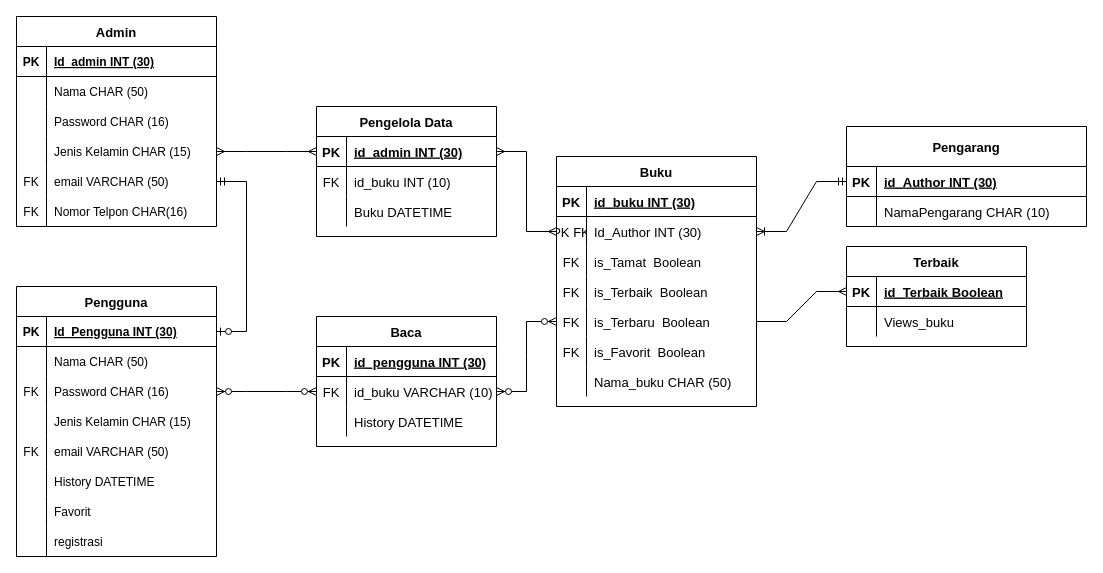
The draw.io diagram Pertemuan5/pertemuan5-erd.drawio in Nurrohman10/IF214002-2, before the edit. Source tidied: cells renumbered, new cells numbered last; positions are measured from the earlier drawing's top-left corner, leaving out a move shared by most shapes. Both pictures are drawn from the tidied source at 100%, with x=0, y=0 at pixel (16, 16).
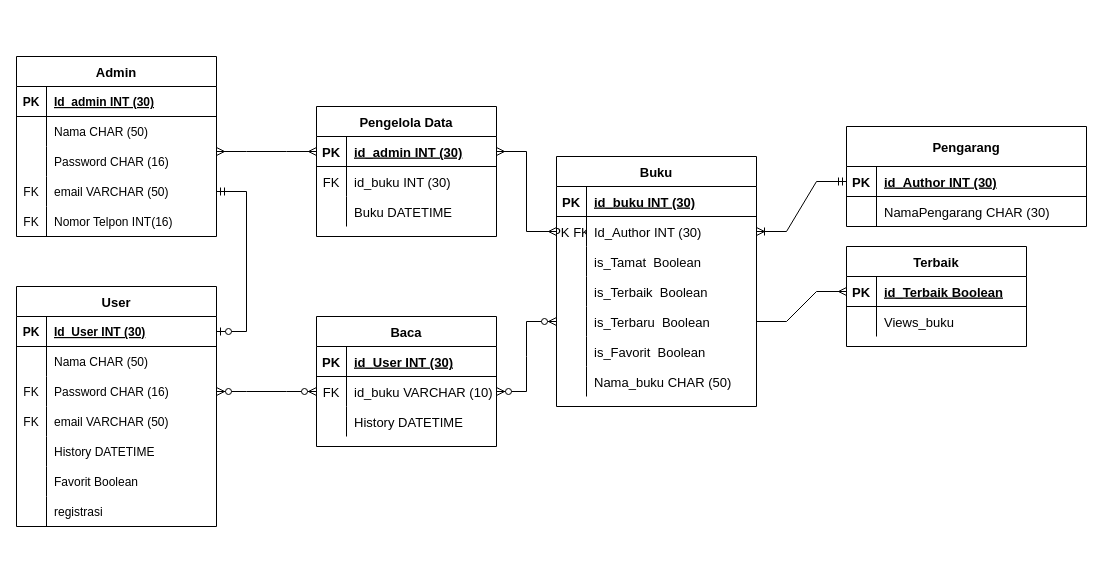
The same diagram, later.

Unchanged cells that the change refers to:
```xml
<mxCell id="3" style="shape=partialRectangle;fillColor=none;points=[[0,0.5],[1,0.5]];portConstraint=eastwest;top=0;left=0;right=0;bottom=1;" parent="2" vertex="1">
  <mxGeometry y="30" width="200" height="30" as="geometry" />
</mxCell>
<mxCell id="34" style="shape=tableRow;horizontal=0;startSize=0;swimlaneHead=0;swimlaneBody=0;fillColor=none;top=0;left=0;right=0;bottom=0;fontSize=13;" parent="27" vertex="1">
  <mxGeometry y="90" width="200" height="30" as="geometry" />
</mxCell>
<mxCell id="37" style="shape=tableRow;horizontal=0;startSize=0;swimlaneHead=0;swimlaneBody=0;fillColor=none;top=0;left=0;right=0;bottom=0;fontSize=13;" parent="27" vertex="1">
  <mxGeometry y="120" width="200" height="30" as="geometry" />
</mxCell>
<mxCell id="40" style="shape=tableRow;horizontal=0;startSize=0;swimlaneHead=0;swimlaneBody=0;fillColor=none;points=[[0,0.5],[1,0.5]];portConstraint=eastwest;top=0;left=0;right=0;bottom=0;fontSize=13;" parent="27" vertex="1">
  <mxGeometry y="150" width="200" height="30" as="geometry" />
</mxCell>
<mxCell id="43" style="shape=tableRow;horizontal=0;startSize=0;swimlaneHead=0;swimlaneBody=0;fillColor=none;top=0;left=0;right=0;bottom=0;fontSize=13;" parent="27" vertex="1">
  <mxGeometry y="180" width="200" height="30" as="geometry" />
</mxCell>
<mxCell id="61" style="shape=tableRow;horizontal=0;startSize=0;swimlaneHead=0;swimlaneBody=0;fillColor=none;top=0;left=0;right=0;bottom=0;fontSize=13;" parent="57" vertex="1">
  <mxGeometry y="70" width="240" height="30" as="geometry" />
</mxCell>
<mxCell id="87" style="shape=tableRow;horizontal=0;startSize=0;swimlaneHead=0;swimlaneBody=0;fillColor=none;top=0;left=0;right=0;bottom=1;fontSize=13;" parent="86" vertex="1">
  <mxGeometry y="30" width="180" height="30" as="geometry" />
</mxCell>
<mxCell id="98" style="shape=tableRow;horizontal=0;startSize=0;swimlaneHead=0;swimlaneBody=0;fillColor=none;points=[[0,0.5],[1,0.5]];portConstraint=eastwest;top=0;left=0;right=0;bottom=1;fontSize=13;" parent="97" vertex="1">
  <mxGeometry y="30" width="180" height="30" as="geometry" />
</mxCell>
<mxCell id="101" style="shape=tableRow;horizontal=0;startSize=0;swimlaneHead=0;swimlaneBody=0;fillColor=none;top=0;left=0;right=0;bottom=0;fontSize=13;" parent="97" vertex="1">
  <mxGeometry y="60" width="180" height="30" as="geometry" />
</mxCell>
```

The edit, as a diff of the source:
```diff
@@
-    <mxCell id="2" value="Pengguna" style="shape=table;startSize=30;childLayout=tableLayout;rowLines=0;fontStyle=1;align=center;fontSize=13;" parent="1" vertex="1">
-      <mxGeometry y="270" width="200" height="270" as="geometry" />
+    <mxCell id="2" value="User" style="shape=table;startSize=30;childLayout=tableLayout;rowLines=0;fontStyle=1;align=center;fontSize=13;" parent="1" vertex="1">
+      <mxGeometry y="270" width="200" height="240" as="geometry" />
     </mxCell>
@@
-    <mxCell id="5" value="Id_Pengguna INT (30)" style="shape=partialRectangle;overflow=hidden;fillColor=none;top=0;left=0;bottom=0;right=0;align=left;spacingLeft=6;fontStyle=5;" parent="3" vertex="1">
+    <mxCell id="5" value="Id_User INT (30)" style="shape=partialRectangle;overflow=hidden;fillColor=none;top=0;left=0;bottom=0;right=0;align=left;spacingLeft=6;fontStyle=5;" parent="3" vertex="1">
       <mxGeometry x="30" width="170" height="30" as="geometry" />
     </mxCell>
@@
-    <mxCell id="12" style="shape=partialRectangle;fillColor=none;top=0;left=0;right=0;bottom=0;" parent="2" vertex="1">
-      <mxGeometry y="120" width="200" height="30" as="geometry" />
-    </mxCell>
-    <mxCell id="13" style="shape=partialRectangle;overflow=hidden;fillColor=none;top=0;left=0;bottom=0;right=0;" parent="12" vertex="1">
-      <mxGeometry width="30" height="30" as="geometry" />
-    </mxCell>
-    <mxCell id="14" value="Jenis Kelamin CHAR (15) " style="shape=partialRectangle;overflow=hidden;fillColor=none;top=0;left=0;bottom=0;right=0;align=left;spacingLeft=6;" parent="12" vertex="1">
-      <mxGeometry x="30" width="170" height="30" as="geometry" />
-    </mxCell>
     <mxCell id="15" style="shape=partialRectangle;fillColor=none;top=0;left=0;right=0;bottom=0;" parent="2" vertex="1">
-      <mxGeometry y="150" width="200" height="30" as="geometry" />
+      <mxGeometry y="120" width="200" height="30" as="geometry" />
     </mxCell>
@@
     <mxCell id="18" style="shape=partialRectangle;fillColor=none;top=0;left=0;right=0;bottom=0;" parent="2" vertex="1">
-      <mxGeometry y="180" width="200" height="30" as="geometry" />
+      <mxGeometry y="150" width="200" height="30" as="geometry" />
     </mxCell>
@@
     <mxCell id="21" style="shape=partialRectangle;fillColor=none;top=0;left=0;right=0;bottom=0;" parent="2" vertex="1">
-      <mxGeometry y="210" width="200" height="30" as="geometry" />
+      <mxGeometry y="180" width="200" height="30" as="geometry" />
     </mxCell>
@@
-    <mxCell id="23" value="Favorit" style="shape=partialRectangle;overflow=hidden;fillColor=none;top=0;left=0;bottom=0;right=0;align=left;spacingLeft=6;" parent="21" vertex="1">
+    <mxCell id="23" value="Favorit Boolean" style="shape=partialRectangle;overflow=hidden;fillColor=none;top=0;left=0;bottom=0;right=0;align=left;spacingLeft=6;" parent="21" vertex="1">
       <mxGeometry x="30" width="170" height="30" as="geometry" />
     </mxCell>
     <mxCell id="24" style="shape=partialRectangle;fillColor=none;top=0;left=0;right=0;bottom=0;" parent="2" vertex="1">
-      <mxGeometry y="240" width="200" height="30" as="geometry" />
+      <mxGeometry y="210" width="200" height="30" as="geometry" />
     </mxCell>
@@
-    <mxCell id="35" value="FK" style="shape=partialRectangle;fillColor=none;top=0;left=0;bottom=0;right=0;overflow=hidden;fontSize=13;" parent="34" vertex="1">
+    <mxCell id="35" style="shape=partialRectangle;fillColor=none;top=0;left=0;bottom=0;right=0;overflow=hidden;fontSize=13;" parent="34" vertex="1">
       <mxGeometry width="30" height="30" as="geometry" />
     </mxCell>
@@
-    <mxCell id="38" value="FK" style="shape=partialRectangle;fillColor=none;top=0;left=0;bottom=0;right=0;overflow=hidden;fontSize=13;" parent="37" vertex="1">
+    <mxCell id="38" style="shape=partialRectangle;fillColor=none;top=0;left=0;bottom=0;right=0;overflow=hidden;fontSize=13;" parent="37" vertex="1">
       <mxGeometry width="30" height="30" as="geometry" />
     </mxCell>
@@
-    <mxCell id="41" value="FK" style="shape=partialRectangle;fillColor=none;top=0;left=0;bottom=0;right=0;overflow=hidden;fontSize=13;" parent="40" vertex="1">
+    <mxCell id="41" style="shape=partialRectangle;fillColor=none;top=0;left=0;bottom=0;right=0;overflow=hidden;fontSize=13;" parent="40" vertex="1">
       <mxGeometry width="30" height="30" as="geometry" />
     </mxCell>
@@
-    <mxCell id="44" value="FK" style="shape=partialRectangle;fillColor=none;top=0;left=0;bottom=0;right=0;overflow=hidden;fontSize=13;" parent="43" vertex="1">
+    <mxCell id="44" style="shape=partialRectangle;fillColor=none;top=0;left=0;bottom=0;right=0;overflow=hidden;fontSize=13;" parent="43" vertex="1">
       <mxGeometry width="30" height="30" as="geometry" />
     </mxCell>
@@
-    <mxCell id="63" value="NamaPengarang CHAR (10)" style="shape=partialRectangle;fillColor=none;top=0;left=0;bottom=0;right=0;align=left;spacingLeft=6;overflow=hidden;fontSize=13;" parent="61" vertex="1">
+    <mxCell id="63" value="NamaPengarang CHAR (30)" style="shape=partialRectangle;fillColor=none;top=0;left=0;bottom=0;right=0;align=left;spacingLeft=6;overflow=hidden;fontSize=13;" parent="61" vertex="1">
       <mxGeometry x="30" width="210" height="30" as="geometry" />
     </mxCell>
@@
     <mxCell id="65" value="Admin" style="shape=table;startSize=30;childLayout=tableLayout;rowLines=0;fontStyle=1;align=center;fontSize=13;" parent="1" vertex="1">
-      <mxGeometry width="200" height="210" as="geometry" />
+      <mxGeometry y="40" width="200" height="180" as="geometry" />
     </mxCell>
@@
-    <mxCell id="75" style="shape=partialRectangle;fillColor=none;points=[[0,0.5],[1,0.5]];portConstraint=eastwest;top=0;left=0;right=0;bottom=0;" parent="65" vertex="1">
-      <mxGeometry y="120" width="200" height="30" as="geometry" />
-    </mxCell>
-    <mxCell id="76" style="shape=partialRectangle;overflow=hidden;fillColor=none;top=0;left=0;bottom=0;right=0;" parent="75" vertex="1">
-      <mxGeometry width="30" height="30" as="geometry" />
-    </mxCell>
-    <mxCell id="77" value="Jenis Kelamin CHAR (15) " style="shape=partialRectangle;overflow=hidden;fillColor=none;top=0;left=0;bottom=0;right=0;align=left;spacingLeft=6;" parent="75" vertex="1">
-      <mxGeometry x="30" width="170" height="30" as="geometry" />
-    </mxCell>
     <mxCell id="78" style="shape=partialRectangle;fillColor=none;points=[[0,0.5],[1,0.5]];portConstraint=eastwest;top=0;left=0;right=0;bottom=0;" parent="65" vertex="1">
-      <mxGeometry y="150" width="200" height="30" as="geometry" />
+      <mxGeometry y="120" width="200" height="30" as="geometry" />
     </mxCell>
@@
     <mxCell id="81" style="shape=partialRectangle;fillColor=none;top=0;left=0;right=0;bottom=0;" parent="65" vertex="1">
-      <mxGeometry y="180" width="200" height="30" as="geometry" />
+      <mxGeometry y="150" width="200" height="30" as="geometry" />
     </mxCell>
@@
-    <mxCell id="83" value="Nomor Telpon CHAR(16)" style="shape=partialRectangle;overflow=hidden;fillColor=none;top=0;left=0;bottom=0;right=0;align=left;spacingLeft=6;" parent="81" vertex="1">
+    <mxCell id="83" value="Nomor Telpon INT(16)" style="shape=partialRectangle;overflow=hidden;fillColor=none;top=0;left=0;bottom=0;right=0;align=left;spacingLeft=6;" parent="81" vertex="1">
       <mxGeometry x="30" width="170" height="30" as="geometry" />
     </mxCell>
-    <mxCell id="84" style="edgeStyle=entityRelationEdgeStyle;fontSize=12;html=1;endArrow=ERmany;startArrow=ERmany;rounded=0;exitX=1;exitY=0.5;exitDx=0;exitDy=0;entryX=0;entryY=0.5;entryDx=0;entryDy=0;" parent="1" edge="1" source="75" target="98">
-      <mxGeometry relative="1" as="geometry" />
+    <mxCell id="84" style="edgeStyle=entityRelationEdgeStyle;fontSize=12;html=1;endArrow=ERmany;startArrow=ERmany;rounded=0;exitX=1;exitY=0.5;exitDx=0;exitDy=0;entryX=0;entryY=0.5;entryDx=0;entryDy=0;" parent="1" edge="1" target="98">
+      <mxGeometry relative="1" as="geometry">
+        <mxPoint x="200" y="135" as="sourcePoint" />
+      </mxGeometry>
     </mxCell>
@@
-    <mxCell id="89" value="id_pengguna INT (30)" style="shape=partialRectangle;fillColor=none;top=0;left=0;bottom=0;right=0;align=left;spacingLeft=6;fontStyle=5;overflow=hidden;fontSize=13;" parent="87" vertex="1">
+    <mxCell id="89" value="id_User INT (30)" style="shape=partialRectangle;fillColor=none;top=0;left=0;bottom=0;right=0;align=left;spacingLeft=6;fontStyle=5;overflow=hidden;fontSize=13;" parent="87" vertex="1">
       <mxGeometry x="30" width="150" height="30" as="geometry" />
     </mxCell>
@@
-    <mxCell id="103" value="id_buku INT (10)" style="shape=partialRectangle;fillColor=none;top=0;left=0;bottom=0;right=0;align=left;spacingLeft=6;overflow=hidden;fontSize=13;" parent="101" vertex="1">
+    <mxCell id="103" value="id_buku INT (30)" style="shape=partialRectangle;fillColor=none;top=0;left=0;bottom=0;right=0;align=left;spacingLeft=6;overflow=hidden;fontSize=13;" parent="101" vertex="1">
       <mxGeometry x="30" width="150" height="30" as="geometry" />
     </mxCell>
```
